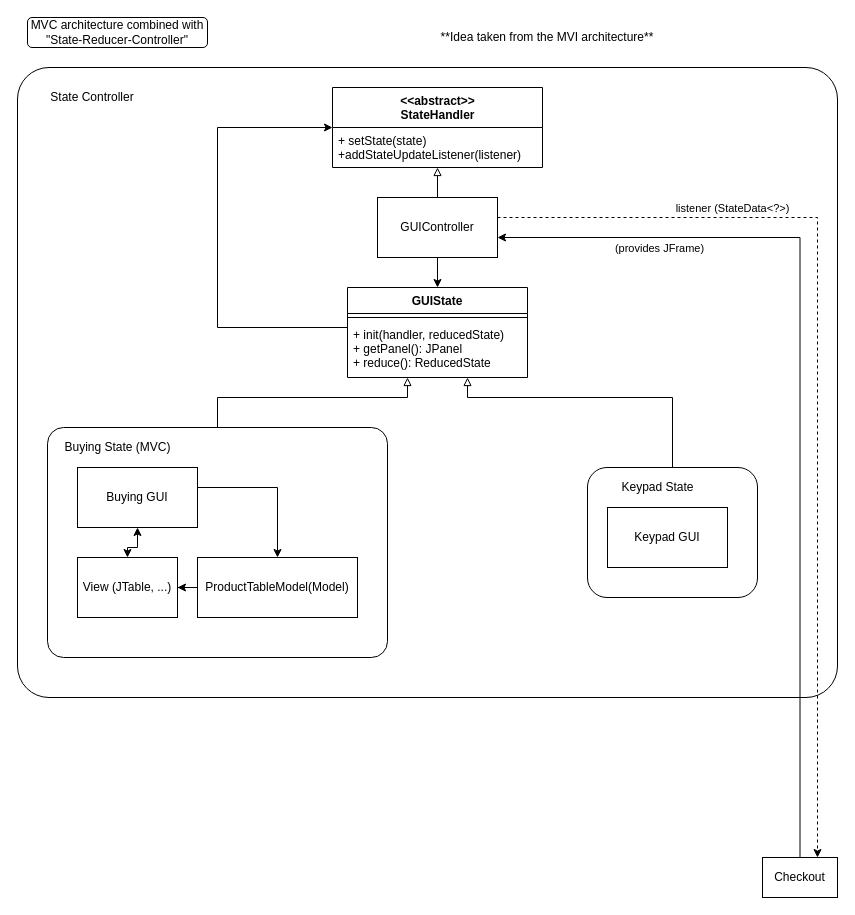
Earlier version of the draw.io diagram Diagrams/GUI-Architecture.drawio (Charlie-Zheng/SENG-300-Iteration-3). Source tidied: cells renumbered, new cells numbered last; positions are measured from the earlier drawing's top-left corner, leaving out a move shared by most shapes. Both pictures are drawn from the tidied source at 100%, with x=0, y=0 at pixel (17, 17).
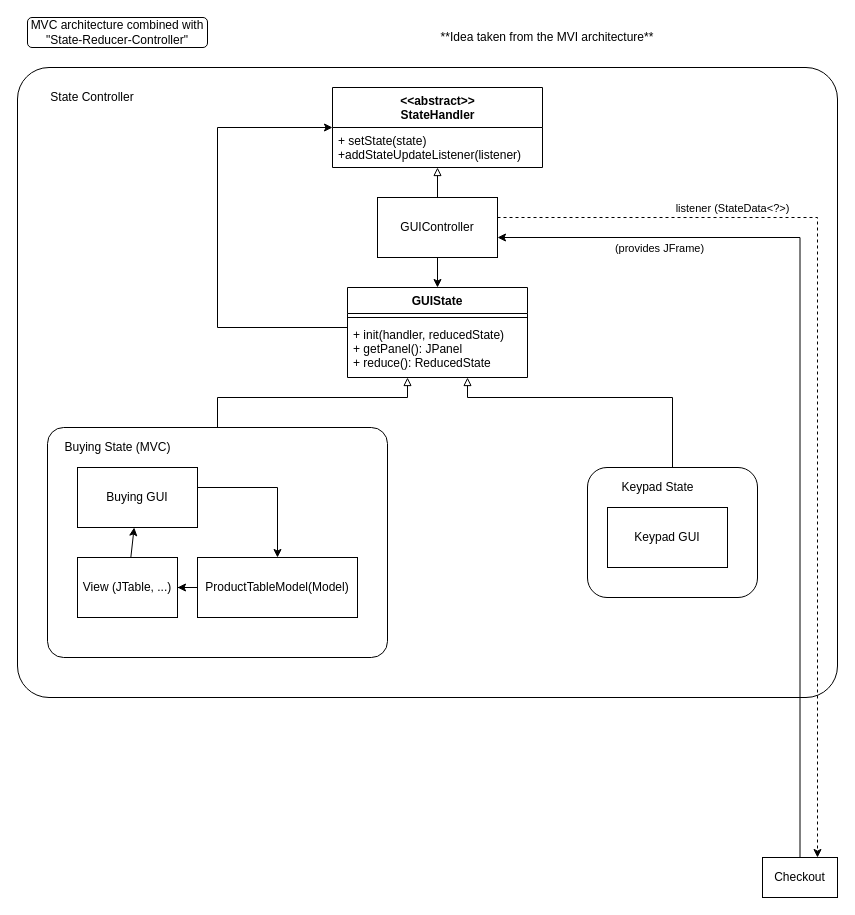
Above is the later version.

Commit message (it also covers changes not shown here):
Improve diagrams

Unchanged cells that the change refers to:
```xml
<mxCell id="7" value="Buying GUI" style="rounded=0;whiteSpace=wrap;html=1;" parent="1" vertex="1">
  <mxGeometry x="60" y="450" width="120" height="60" as="geometry" />
</mxCell>
<mxCell id="8" value="View (JTable, ...)" style="rounded=0;whiteSpace=wrap;html=1;" parent="1" vertex="1">
  <mxGeometry x="60" y="540" width="100" height="60" as="geometry" />
</mxCell>
```

Change to the diagram source:
```diff
@@
-    <mxCell id="5" style="edgeStyle=orthogonalEdgeStyle;rounded=0;jettySize=auto;html=1;startArrow=classic;startFill=1;" parent="1" edge="1" source="7" target="8">
-      <mxGeometry relative="1" as="geometry" />
-    </mxCell>
@@
+    <mxCell id="33" style="edgeStyle=none;rounded=0;jettySize=auto;html=1;" parent="1" edge="1" source="8" target="7">
+      <mxGeometry relative="1" as="geometry" />
+    </mxCell>
```
